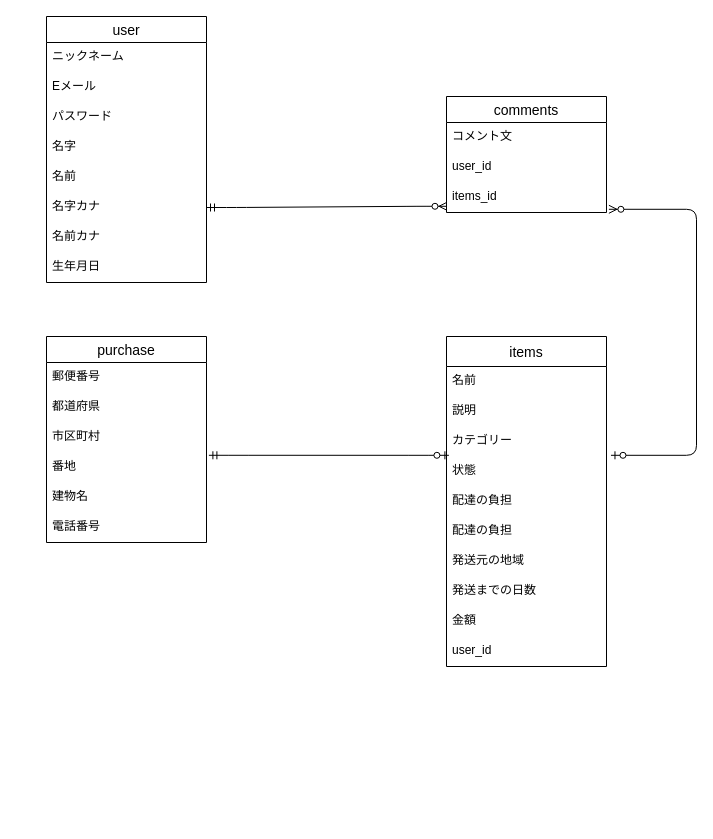
This is furima.dio from Gonta-prfm/furima-34576, a draw.io file, before an edit. Source tidied: cells renumbered, new cells numbered last; positions are measured from the earlier drawing's top-left corner, leaving out a move shared by most shapes. Both pictures are drawn from the tidied source at 100%, with x=0, y=0 at pixel (46, 16).
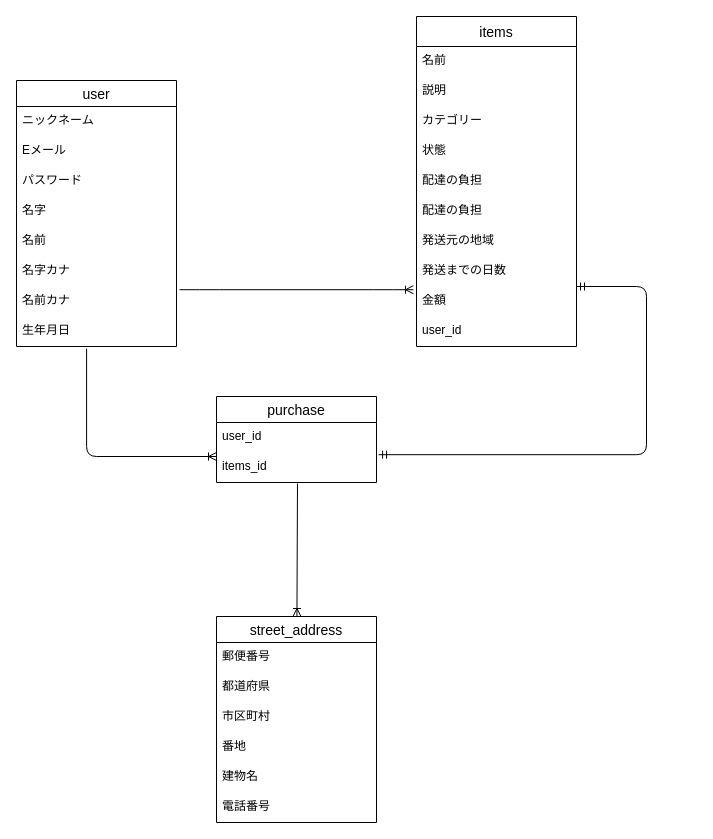
The same diagram, later.

Commit message (it also covers changes not shown here):
データベース設計、ER図の修正

The change refers to these unchanged cells:
```xml
<mxCell id="8" value="名字カナ" style="text;strokeColor=none;fillColor=none;spacingLeft=4;spacingRight=4;overflow=hidden;points=[[0,0.5],[1,0.5]];portConstraint=eastwest;fontSize=12;" parent="2" vertex="1">
  <mxGeometry y="176" width="160" height="30" as="geometry" />
</mxCell>
<mxCell id="9" value="名前カナ" style="text;strokeColor=none;fillColor=none;spacingLeft=4;spacingRight=4;overflow=hidden;points=[[0,0.5],[1,0.5]];portConstraint=eastwest;fontSize=12;" parent="2" vertex="1">
  <mxGeometry y="206" width="160" height="30" as="geometry" />
</mxCell>
<mxCell id="10" value="生年月日" style="text;strokeColor=none;fillColor=none;spacingLeft=4;spacingRight=4;overflow=hidden;points=[[0,0.5],[1,0.5]];portConstraint=eastwest;fontSize=12;" parent="2" vertex="1">
  <mxGeometry y="236" width="160" height="30" as="geometry" />
</mxCell>
<mxCell id="14" value="カテゴリー" style="text;strokeColor=none;fillColor=none;spacingLeft=4;spacingRight=4;overflow=hidden;points=[[0,0.5],[1,0.5]];portConstraint=eastwest;fontSize=12;" parent="11" vertex="1">
  <mxGeometry y="90" width="160" height="30" as="geometry" />
</mxCell>
<mxCell id="15" value="状態" style="text;strokeColor=none;fillColor=none;spacingLeft=4;spacingRight=4;overflow=hidden;points=[[0,0.5],[1,0.5]];portConstraint=eastwest;fontSize=12;" parent="11" vertex="1">
  <mxGeometry y="120" width="160" height="30" as="geometry" />
</mxCell>
<mxCell id="20" value="金額" style="text;strokeColor=none;fillColor=none;spacingLeft=4;spacingRight=4;overflow=hidden;points=[[0,0.5],[1,0.5]];portConstraint=eastwest;fontSize=12;" parent="11" vertex="1">
  <mxGeometry y="270" width="160" height="30" as="geometry" />
</mxCell>
<mxCell id="26" value="番地" style="text;strokeColor=none;fillColor=none;spacingLeft=4;spacingRight=4;overflow=hidden;points=[[0,0.5],[1,0.5]];portConstraint=eastwest;fontSize=12;" parent="22" vertex="1">
  <mxGeometry y="116" width="160" height="30" as="geometry" />
</mxCell>
```

Diff of the diagram source:
```diff
@@
     <mxCell id="2" value="user" style="swimlane;fontStyle=0;horizontal=1;startSize=26;align=center;fontSize=14;" parent="1" vertex="1">
-      <mxGeometry width="160" height="266" as="geometry" />
+      <mxGeometry x="-30" y="64" width="160" height="266" as="geometry" />
     </mxCell>
@@
     <mxCell id="11" value="items" style="swimlane;fontStyle=0;horizontal=1;startSize=30;align=center;fontSize=14;" parent="1" vertex="1">
-      <mxGeometry x="400" y="320" width="160" height="330" as="geometry" />
+      <mxGeometry x="370" width="160" height="330" as="geometry" />
     </mxCell>
@@
-    <mxCell id="22" value="purchase" style="swimlane;fontStyle=0;horizontal=1;startSize=26;align=center;fontSize=14;" parent="1" vertex="1">
-      <mxGeometry y="320" width="160" height="206" as="geometry" />
+    <mxCell id="22" value="street_address" style="swimlane;fontStyle=0;horizontal=1;startSize=26;align=center;fontSize=14;" parent="1" vertex="1">
+      <mxGeometry x="170" y="600" width="160" height="206" as="geometry" />
     </mxCell>
@@
-    <mxCell id="29" value="comments" style="swimlane;fontStyle=0;horizontal=1;startSize=26;align=center;fontSize=14;" parent="1" vertex="1">
-      <mxGeometry x="400" y="80" width="160" height="116" as="geometry" />
+    <mxCell id="29" value="purchase" style="swimlane;fontStyle=0;horizontal=1;startSize=26;align=center;fontSize=14;" parent="1" vertex="1">
+      <mxGeometry x="170" y="380" width="160" height="86" as="geometry" />
     </mxCell>
-    <mxCell id="30" value="コメント文" style="text;strokeColor=none;fillColor=none;spacingLeft=4;spacingRight=4;overflow=hidden;fontSize=12;" parent="29" vertex="1">
-      <mxGeometry y="26" width="160" height="30" as="geometry" />
-    </mxCell>
     <mxCell id="31" value="user_id" style="text;strokeColor=none;fillColor=none;spacingLeft=4;spacingRight=4;overflow=hidden;fontSize=12;" parent="29" vertex="1">
-      <mxGeometry y="56" width="160" height="30" as="geometry" />
+      <mxGeometry y="26" width="160" height="30" as="geometry" />
     </mxCell>
     <mxCell id="32" value="items_id" style="text;strokeColor=none;fillColor=none;spacingLeft=4;spacingRight=4;overflow=hidden;points=[[0,0.5],[1,0.5]];portConstraint=eastwest;fontSize=12;" parent="29" vertex="1">
-      <mxGeometry y="86" width="160" height="30" as="geometry" />
+      <mxGeometry y="56" width="160" height="30" as="geometry" />
     </mxCell>
-    <mxCell id="33" style="edgeStyle=entityRelationEdgeStyle;fontSize=12;html=1;endArrow=ERzeroToMany;startArrow=ERmandOne;exitX=1;exitY=0.5;exitDx=0;exitDy=0;entryX=0.003;entryY=0.793;entryDx=0;entryDy=0;entryPerimeter=0;" parent="1" edge="1" source="8" target="32">
-      <mxGeometry relative="1" as="geometry" />
-    </mxCell>
-    <mxCell id="34" style="edgeStyle=orthogonalEdgeStyle;fontSize=12;html=1;endArrow=ERzeroToMany;startArrow=ERzeroToOne;exitX=1.028;exitY=-0.04;exitDx=0;exitDy=0;exitPerimeter=0;entryX=1.015;entryY=0.893;entryDx=0;entryDy=0;entryPerimeter=0;" parent="1" edge="1" source="15" target="32">
-      <mxGeometry relative="1" as="geometry">
-        <Array as="points">
-          <mxPoint x="650" y="439" />
-          <mxPoint x="650" y="193" />
-        </Array>
-      </mxGeometry>
-    </mxCell>
-    <mxCell id="35" style="edgeStyle=entityRelationEdgeStyle;fontSize=12;html=1;endArrow=ERzeroToOne;startArrow=ERmandOne;exitX=1.015;exitY=0.093;exitDx=0;exitDy=0;exitPerimeter=0;entryX=0.015;entryY=0.96;entryDx=0;entryDy=0;entryPerimeter=0;" parent="1" edge="1" source="26" target="14">
+    <mxCell id="35" style="edgeStyle=entityRelationEdgeStyle;fontSize=12;html=1;endArrow=ERoneToMany;exitX=1.019;exitY=0.107;exitDx=0;exitDy=0;exitPerimeter=0;entryX=-0.019;entryY=0.107;entryDx=0;entryDy=0;entryPerimeter=0;" parent="1" edge="1" source="9" target="20">
       <mxGeometry relative="1" as="geometry" />
     </mxCell>
+    <mxCell id="36" style="edgeStyle=elbowEdgeStyle;fontSize=12;html=1;endArrow=ERmandOne;startArrow=ERmandOne;entryX=1.013;entryY=0.073;entryDx=0;entryDy=0;entryPerimeter=0;" parent="1" edge="1" target="32">
+      <mxGeometry relative="1" as="geometry">
+        <mxPoint x="530" y="270" as="sourcePoint" />
+        <Array as="points">
+          <mxPoint x="600" y="420" />
+        </Array>
+      </mxGeometry>
+    </mxCell>
+    <mxCell id="37" style="edgeStyle=elbowEdgeStyle;fontSize=12;html=1;endArrow=ERoneToMany;elbow=vertical;exitX=0.438;exitY=1.073;exitDx=0;exitDy=0;exitPerimeter=0;" parent="1" edge="1" source="10">
+      <mxGeometry relative="1" as="geometry">
+        <mxPoint x="170" y="440" as="targetPoint" />
+        <Array as="points">
+          <mxPoint x="80" y="440" />
+        </Array>
+      </mxGeometry>
+    </mxCell>
+    <mxCell id="38" style="fontSize=12;html=1;endArrow=ERoneToMany;" parent="1" edge="1" target="22">
+      <mxGeometry relative="1" as="geometry">
+        <mxPoint x="251" y="467" as="sourcePoint" />
+      </mxGeometry>
+    </mxCell>
```
